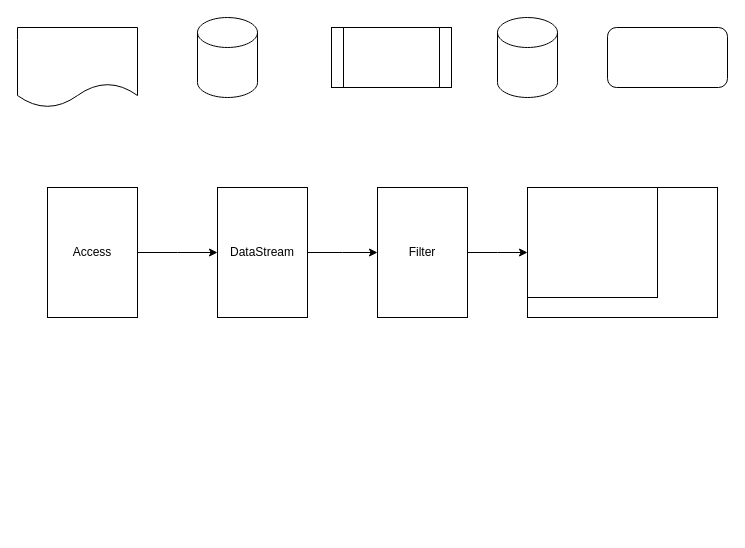
Before: page "第 13 页" (12 of 12) of shuzhi.drawio in nullbull/uml, a draw.io diagram. Source tidied: cells renumbered, new cells numbered last; positions are measured from the earlier drawing's top-left corner, leaving out a move shared by most shapes. Both pictures are drawn from the tidied source at 100%, with x=0, y=0 at pixel (17, 17).
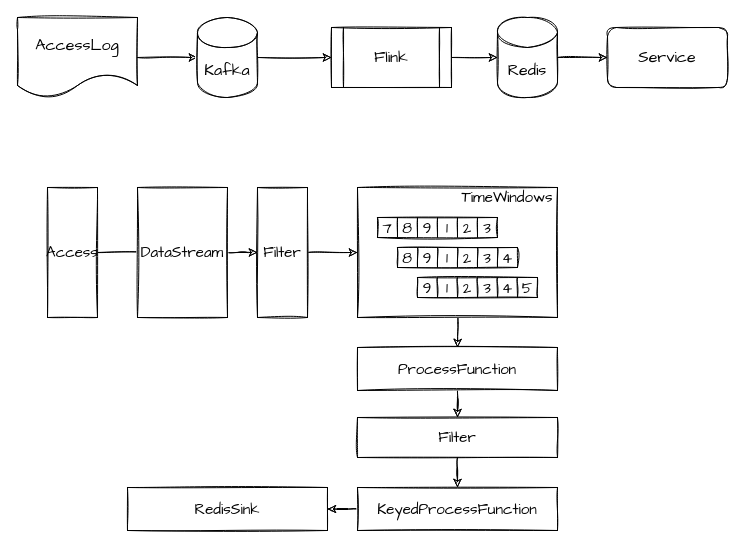
After the change.

Change to the diagram source:
```diff
@@
+    <mxCell id="15" style="edgeStyle=orthogonalEdgeStyle;rounded=0;jettySize=auto;html=1;entryX=0;entryY=0.5;entryDx=0;entryDy=0;entryPerimeter=0;fontFamily=Comic Sans MS;fontSize=16;sketch=1;" parent="1" edge="1" source="2" target="3">
+      <mxGeometry relative="1" as="geometry" />
+    </mxCell>
-    <mxCell id="2" style="shape=document;whiteSpace=wrap;html=1;boundedLbl=1;" parent="1" vertex="1">
-      <mxGeometry y="10" width="120" height="80" as="geometry" />
+    <mxCell id="2" value="AccessLog" style="shape=document;whiteSpace=wrap;html=1;boundedLbl=1;sketch=1;fontFamily=Comic Sans MS;fontSize=16;" parent="1" vertex="1">
+      <mxGeometry width="120" height="80" as="geometry" />
     </mxCell>
+    <mxCell id="16" style="edgeStyle=orthogonalEdgeStyle;rounded=0;jettySize=auto;html=1;entryX=0;entryY=0.5;entryDx=0;entryDy=0;fontFamily=Comic Sans MS;fontSize=16;sketch=1;" parent="1" edge="1" source="3" target="4">
+      <mxGeometry relative="1" as="geometry" />
+    </mxCell>
-    <mxCell id="3" style="shape=cylinder3;whiteSpace=wrap;html=1;boundedLbl=1;backgroundOutline=1;size=15;" parent="1" vertex="1">
+    <mxCell id="3" value="Kafka" style="shape=cylinder3;whiteSpace=wrap;html=1;boundedLbl=1;backgroundOutline=1;size=15;sketch=1;fontFamily=Comic Sans MS;fontSize=16;" parent="1" vertex="1">
       <mxGeometry x="180" width="60" height="80" as="geometry" />
     </mxCell>
+    <mxCell id="17" style="edgeStyle=orthogonalEdgeStyle;rounded=0;jettySize=auto;html=1;entryX=0;entryY=0.5;entryDx=0;entryDy=0;entryPerimeter=0;fontFamily=Comic Sans MS;fontSize=16;sketch=1;" parent="1" edge="1" source="4" target="5">
+      <mxGeometry relative="1" as="geometry" />
+    </mxCell>
-    <mxCell id="4" style="shape=process;whiteSpace=wrap;html=1;backgroundOutline=1;" parent="1" vertex="1">
+    <mxCell id="4" value="Flink" style="shape=process;whiteSpace=wrap;html=1;backgroundOutline=1;sketch=1;fontFamily=Comic Sans MS;fontSize=16;" parent="1" vertex="1">
       <mxGeometry x="314" y="10" width="120" height="60" as="geometry" />
     </mxCell>
+    <mxCell id="18" style="edgeStyle=orthogonalEdgeStyle;rounded=0;jettySize=auto;html=1;entryX=0;entryY=0.5;entryDx=0;entryDy=0;fontFamily=Comic Sans MS;fontSize=16;sketch=1;" parent="1" edge="1" source="5" target="6">
+      <mxGeometry relative="1" as="geometry" />
+    </mxCell>
-    <mxCell id="5" style="shape=cylinder3;whiteSpace=wrap;html=1;boundedLbl=1;backgroundOutline=1;size=15;" parent="1" vertex="1">
+    <mxCell id="5" value="Redis" style="shape=cylinder3;whiteSpace=wrap;html=1;boundedLbl=1;backgroundOutline=1;size=15;sketch=1;fontFamily=Comic Sans MS;fontSize=16;" parent="1" vertex="1">
       <mxGeometry x="480" width="60" height="80" as="geometry" />
     </mxCell>
-    <mxCell id="6" style="rounded=1;whiteSpace=wrap;html=1;" parent="1" vertex="1">
+    <mxCell id="6" value="Service" style="rounded=1;whiteSpace=wrap;html=1;sketch=1;fontFamily=Comic Sans MS;fontSize=16;" parent="1" vertex="1">
       <mxGeometry x="590" y="10" width="120" height="60" as="geometry" />
     </mxCell>
-    <mxCell id="7" style="edgeStyle=orthogonalEdgeStyle;rounded=0;jettySize=auto;html=1;entryX=0;entryY=0.5;entryDx=0;entryDy=0;" parent="1" edge="1" source="8">
+    <mxCell id="7" style="edgeStyle=orthogonalEdgeStyle;rounded=0;jettySize=auto;html=1;entryX=0;entryY=0.5;entryDx=0;entryDy=0;sketch=1;fontFamily=Comic Sans MS;fontSize=15;" parent="1" edge="1" source="8">
       <mxGeometry relative="1" as="geometry">
         <mxPoint x="200" y="235" as="targetPoint" />
       </mxGeometry>
     </mxCell>
-    <mxCell id="8" value="Access" style="rounded=0;whiteSpace=wrap;html=1;" parent="1" vertex="1">
-      <mxGeometry x="30" y="170" width="90" height="130" as="geometry" />
+    <mxCell id="8" value="Access" style="rounded=0;whiteSpace=wrap;html=1;sketch=1;fontFamily=Comic Sans MS;fontSize=15;" parent="1" vertex="1">
+      <mxGeometry x="30" y="170" width="50" height="130" as="geometry" />
     </mxCell>
-    <mxCell id="9" style="edgeStyle=orthogonalEdgeStyle;rounded=0;jettySize=auto;html=1;" parent="1" edge="1" source="10">
-      <mxGeometry relative="1" as="geometry">
-        <mxPoint x="360" y="235" as="targetPoint" />
-      </mxGeometry>
-    </mxCell>
+    <mxCell id="19" style="edgeStyle=orthogonalEdgeStyle;rounded=0;sketch=1;jettySize=auto;html=1;fontFamily=Comic Sans MS;fontSize=15;" parent="1" edge="1" source="10" target="12">
+      <mxGeometry relative="1" as="geometry" />
+    </mxCell>
-    <mxCell id="10" value="DataStream" style="rounded=0;whiteSpace=wrap;html=1;" parent="1" vertex="1">
-      <mxGeometry x="200" y="170" width="90" height="130" as="geometry" />
+    <mxCell id="10" value="DataStream" style="rounded=0;whiteSpace=wrap;html=1;sketch=1;fontFamily=Comic Sans MS;fontSize=15;" parent="1" vertex="1">
+      <mxGeometry x="120" y="170" width="90" height="130" as="geometry" />
     </mxCell>
-    <mxCell id="11" style="edgeStyle=orthogonalEdgeStyle;rounded=0;jettySize=auto;html=1;" parent="1" edge="1" source="12">
-      <mxGeometry relative="1" as="geometry">
-        <mxPoint x="510" y="235" as="targetPoint" />
-      </mxGeometry>
-    </mxCell>
+    <mxCell id="20" style="edgeStyle=orthogonalEdgeStyle;rounded=0;jettySize=auto;html=1;entryX=0;entryY=0.5;entryDx=0;entryDy=0;sketch=1;fontFamily=Comic Sans MS;fontSize=15;" parent="1" edge="1" source="12" target="13">
+      <mxGeometry relative="1" as="geometry" />
+    </mxCell>
-    <mxCell id="12" value="Filter" style="rounded=0;whiteSpace=wrap;html=1;" parent="1" vertex="1">
-      <mxGeometry x="360" y="170" width="90" height="130" as="geometry" />
+    <mxCell id="12" value="Filter" style="rounded=0;whiteSpace=wrap;html=1;sketch=1;fontFamily=Comic Sans MS;fontSize=15;" parent="1" vertex="1">
+      <mxGeometry x="240" y="170" width="50" height="130" as="geometry" />
     </mxCell>
+    <mxCell id="21" style="edgeStyle=orthogonalEdgeStyle;rounded=0;jettySize=auto;html=1;exitX=0.5;exitY=1;exitDx=0;exitDy=0;entryX=0.5;entryY=0;entryDx=0;entryDy=0;sketch=1;fontFamily=Comic Sans MS;fontSize=15;" parent="1" edge="1" target="23">
+      <mxGeometry relative="1" as="geometry">
+        <mxPoint x="440" y="280" as="sourcePoint" />
+      </mxGeometry>
+    </mxCell>
+    <mxCell id="22" style="edgeStyle=orthogonalEdgeStyle;rounded=0;jettySize=auto;html=1;entryX=0.5;entryY=0;entryDx=0;entryDy=0;sketch=1;fontFamily=Comic Sans MS;fontSize=15;" parent="1" edge="1" source="23" target="27">
+      <mxGeometry relative="1" as="geometry" />
+    </mxCell>
+    <mxCell id="23" value="ProcessFunction" style="rounded=0;whiteSpace=wrap;html=1;sketch=1;fontFamily=Comic Sans MS;fontSize=15;" parent="1" vertex="1">
+      <mxGeometry x="340" y="330" width="200" height="43" as="geometry" />
+    </mxCell>
+    <mxCell id="24" style="edgeStyle=orthogonalEdgeStyle;rounded=0;sketch=1;jettySize=auto;html=1;exitX=0;exitY=0.5;exitDx=0;exitDy=0;fontFamily=Comic Sans MS;fontSize=15;" parent="1" edge="1" source="25" target="55">
+      <mxGeometry relative="1" as="geometry" />
+    </mxCell>
+    <mxCell id="25" value="KeyedProcessFunction" style="rounded=0;whiteSpace=wrap;html=1;sketch=1;fontFamily=Comic Sans MS;fontSize=15;" parent="1" vertex="1">
+      <mxGeometry x="340" y="470" width="200" height="43" as="geometry" />
+    </mxCell>
+    <mxCell id="26" style="edgeStyle=orthogonalEdgeStyle;rounded=0;jettySize=auto;html=1;exitX=0.5;exitY=1;exitDx=0;exitDy=0;sketch=1;fontFamily=Comic Sans MS;fontSize=15;" parent="1" edge="1" source="27" target="25">
+      <mxGeometry relative="1" as="geometry" />
+    </mxCell>
+    <mxCell id="27" value="Filter" style="rounded=0;whiteSpace=wrap;html=1;sketch=1;fontFamily=Comic Sans MS;fontSize=15;" parent="1" vertex="1">
+      <mxGeometry x="340" y="400" width="200" height="40" as="geometry" />
+    </mxCell>
+    <mxCell id="28" style="group;fontFamily=Comic Sans MS;" parent="1" vertex="1">
+      <mxGeometry x="520" y="200" width="160" height="100" as="geometry" />
+    </mxCell>
+    <mxCell id="29" style="edgeStyle=orthogonalEdgeStyle;rounded=0;orthogonalLoop=1;jettySize=auto;html=1;exitX=0.5;exitY=1;exitDx=0;exitDy=0;sketch=1;fontFamily=Comic Sans MS;fontSize=15;" parent="28" edge="1">
+      <mxGeometry relative="1" as="geometry">
+        <mxPoint x="55" y="10" as="sourcePoint" />
+        <mxPoint x="55" y="10" as="targetPoint" />
+      </mxGeometry>
+    </mxCell>
-    <mxCell id="13" style="rounded=0;whiteSpace=wrap;html=1;" parent="1" vertex="1">
-      <mxGeometry x="510" y="170" width="190" height="130" as="geometry" />
+    <mxCell id="13" style="rounded=0;whiteSpace=wrap;html=1;sketch=1;fontFamily=Comic Sans MS;fontSize=15;" parent="1" vertex="1">
+      <mxGeometry x="340" y="170" width="200" height="130" as="geometry" />
     </mxCell>
-    <mxCell id="14" style="rounded=0;whiteSpace=wrap;html=1;" parent="1" vertex="1">
-      <mxGeometry x="510" y="170" width="130" height="110" as="geometry" />
-    </mxCell>
+    <mxCell id="30" style="shape=table;html=1;whiteSpace=wrap;startSize=0;childLayout=tableLayout;sketch=1;fontFamily=Comic Sans MS;fontSize=15;" parent="1" vertex="1">
+      <mxGeometry x="400" y="260" width="120" height="20" as="geometry" />
+    </mxCell>
+    <mxCell id="31" style="shape=partialRectangle;html=1;whiteSpace=wrap;fillColor=none;top=0;left=0;bottom=0;right=0;sketch=1;fontFamily=Comic Sans MS;fontSize=15;" parent="30" vertex="1">
+      <mxGeometry width="120" height="20" as="geometry" />
+    </mxCell>
+    <mxCell id="32" value="9" style="shape=partialRectangle;html=1;whiteSpace=wrap;overflow=hidden;fillColor=none;top=0;left=0;bottom=0;right=0;sketch=1;fontFamily=Comic Sans MS;fontSize=15;" parent="31" vertex="1">
+      <mxGeometry width="20" height="20" as="geometry" />
+    </mxCell>
+    <mxCell id="33" value="1" style="shape=partialRectangle;html=1;whiteSpace=wrap;overflow=hidden;fillColor=none;top=0;left=0;bottom=0;right=0;sketch=1;fontFamily=Comic Sans MS;fontSize=15;" parent="31" vertex="1">
+      <mxGeometry x="20" width="20" height="20" as="geometry" />
+    </mxCell>
+    <mxCell id="34" value="2" style="shape=partialRectangle;html=1;whiteSpace=wrap;overflow=hidden;fillColor=none;top=0;left=0;bottom=0;right=0;sketch=1;fontFamily=Comic Sans MS;fontSize=15;" parent="31" vertex="1">
+      <mxGeometry x="40" width="20" height="20" as="geometry" />
+    </mxCell>
+    <mxCell id="35" value="3" style="shape=partialRectangle;html=1;whiteSpace=wrap;overflow=hidden;fillColor=none;top=0;left=0;bottom=0;right=0;sketch=1;fontFamily=Comic Sans MS;fontSize=15;" parent="31" vertex="1">
+      <mxGeometry x="60" width="20" height="20" as="geometry" />
+    </mxCell>
+    <mxCell id="36" value="4" style="shape=partialRectangle;html=1;whiteSpace=wrap;overflow=hidden;fillColor=none;top=0;left=0;bottom=0;right=0;sketch=1;fontFamily=Comic Sans MS;fontSize=15;" parent="31" vertex="1">
+      <mxGeometry x="80" width="20" height="20" as="geometry" />
+    </mxCell>
+    <mxCell id="37" value="5" style="shape=partialRectangle;html=1;whiteSpace=wrap;overflow=hidden;fillColor=none;top=0;left=0;bottom=0;right=0;sketch=1;fontFamily=Comic Sans MS;fontSize=15;" parent="31" vertex="1">
+      <mxGeometry x="100" width="20" height="20" as="geometry" />
+    </mxCell>
+    <mxCell id="38" style="shape=table;html=1;whiteSpace=wrap;startSize=0;childLayout=tableLayout;sketch=1;fontFamily=Comic Sans MS;fontSize=15;" parent="1" vertex="1">
+      <mxGeometry x="380" y="230" width="120" height="20" as="geometry" />
+    </mxCell>
+    <mxCell id="39" style="shape=partialRectangle;html=1;whiteSpace=wrap;fillColor=none;top=0;left=0;bottom=0;right=0;sketch=1;fontFamily=Comic Sans MS;fontSize=15;" parent="38" vertex="1">
+      <mxGeometry width="120" height="20" as="geometry" />
+    </mxCell>
+    <mxCell id="40" value="8" style="shape=partialRectangle;html=1;whiteSpace=wrap;overflow=hidden;fillColor=none;top=0;left=0;bottom=0;right=0;sketch=1;fontFamily=Comic Sans MS;fontSize=15;" parent="39" vertex="1">
+      <mxGeometry width="20" height="20" as="geometry" />
+    </mxCell>
+    <mxCell id="41" value="9" style="shape=partialRectangle;html=1;whiteSpace=wrap;overflow=hidden;fillColor=none;top=0;left=0;bottom=0;right=0;sketch=1;fontFamily=Comic Sans MS;fontSize=15;" parent="39" vertex="1">
+      <mxGeometry x="20" width="20" height="20" as="geometry" />
+    </mxCell>
+    <mxCell id="42" value="1" style="shape=partialRectangle;html=1;whiteSpace=wrap;overflow=hidden;fillColor=none;top=0;left=0;bottom=0;right=0;sketch=1;fontFamily=Comic Sans MS;fontSize=15;" parent="39" vertex="1">
+      <mxGeometry x="40" width="20" height="20" as="geometry" />
+    </mxCell>
+    <mxCell id="43" value="2" style="shape=partialRectangle;html=1;whiteSpace=wrap;overflow=hidden;fillColor=none;top=0;left=0;bottom=0;right=0;sketch=1;fontFamily=Comic Sans MS;fontSize=15;" parent="39" vertex="1">
+      <mxGeometry x="60" width="20" height="20" as="geometry" />
+    </mxCell>
+    <mxCell id="44" value="3" style="shape=partialRectangle;html=1;whiteSpace=wrap;overflow=hidden;fillColor=none;top=0;left=0;bottom=0;right=0;sketch=1;fontFamily=Comic Sans MS;fontSize=15;" parent="39" vertex="1">
+      <mxGeometry x="80" width="20" height="20" as="geometry" />
+    </mxCell>
+    <mxCell id="45" value="4" style="shape=partialRectangle;html=1;whiteSpace=wrap;overflow=hidden;fillColor=none;top=0;left=0;bottom=0;right=0;sketch=1;fontFamily=Comic Sans MS;fontSize=15;" parent="39" vertex="1">
+      <mxGeometry x="100" width="20" height="20" as="geometry" />
+    </mxCell>
+    <mxCell id="46" style="shape=table;html=1;whiteSpace=wrap;startSize=0;childLayout=tableLayout;sketch=1;fontFamily=Comic Sans MS;fontSize=15;" parent="1" vertex="1">
+      <mxGeometry x="360" y="200" width="120" height="20" as="geometry" />
+    </mxCell>
+    <mxCell id="47" style="shape=partialRectangle;html=1;whiteSpace=wrap;fillColor=none;top=0;left=0;bottom=0;right=0;sketch=1;fontFamily=Comic Sans MS;fontSize=15;" parent="46" vertex="1">
+      <mxGeometry width="120" height="20" as="geometry" />
+    </mxCell>
+    <mxCell id="48" value="7" style="shape=partialRectangle;html=1;whiteSpace=wrap;overflow=hidden;fillColor=none;top=0;left=0;bottom=0;right=0;sketch=1;fontFamily=Comic Sans MS;fontSize=15;" parent="47" vertex="1">
+      <mxGeometry width="20" height="20" as="geometry" />
+    </mxCell>
+    <mxCell id="49" value="8" style="shape=partialRectangle;html=1;whiteSpace=wrap;overflow=hidden;fillColor=none;top=0;left=0;bottom=0;right=0;sketch=1;fontFamily=Comic Sans MS;fontSize=15;" parent="47" vertex="1">
+      <mxGeometry x="20" width="20" height="20" as="geometry" />
+    </mxCell>
+    <mxCell id="50" value="9" style="shape=partialRectangle;html=1;whiteSpace=wrap;overflow=hidden;fillColor=none;top=0;left=0;bottom=0;right=0;sketch=1;fontFamily=Comic Sans MS;fontSize=15;" parent="47" vertex="1">
+      <mxGeometry x="40" width="20" height="20" as="geometry" />
+    </mxCell>
+    <mxCell id="51" value="1" style="shape=partialRectangle;html=1;whiteSpace=wrap;overflow=hidden;fillColor=none;top=0;left=0;bottom=0;right=0;sketch=1;fontFamily=Comic Sans MS;fontSize=15;" parent="47" vertex="1">
+      <mxGeometry x="60" width="20" height="20" as="geometry" />
+    </mxCell>
+    <mxCell id="52" value="2" style="shape=partialRectangle;html=1;whiteSpace=wrap;overflow=hidden;fillColor=none;top=0;left=0;bottom=0;right=0;sketch=1;fontFamily=Comic Sans MS;fontSize=15;" parent="47" vertex="1">
+      <mxGeometry x="80" width="20" height="20" as="geometry" />
+    </mxCell>
+    <mxCell id="53" value="3" style="shape=partialRectangle;html=1;whiteSpace=wrap;overflow=hidden;fillColor=none;top=0;left=0;bottom=0;right=0;sketch=1;fontFamily=Comic Sans MS;fontSize=15;" parent="47" vertex="1">
+      <mxGeometry x="100" width="20" height="20" as="geometry" />
+    </mxCell>
+    <mxCell id="54" value="TimeWindows" style="text;html=1;strokeColor=none;fillColor=none;align=center;verticalAlign=middle;whiteSpace=wrap;rounded=0;sketch=1;fontFamily=Comic Sans MS;fontSize=15;" parent="1" vertex="1">
+      <mxGeometry x="470" y="170" width="40" height="20" as="geometry" />
+    </mxCell>
+    <mxCell id="55" value="RedisSink" style="rounded=0;whiteSpace=wrap;html=1;sketch=1;fontFamily=Comic Sans MS;fontSize=15;" parent="1" vertex="1">
+      <mxGeometry x="110" y="470" width="200" height="43" as="geometry" />
+    </mxCell>
```
